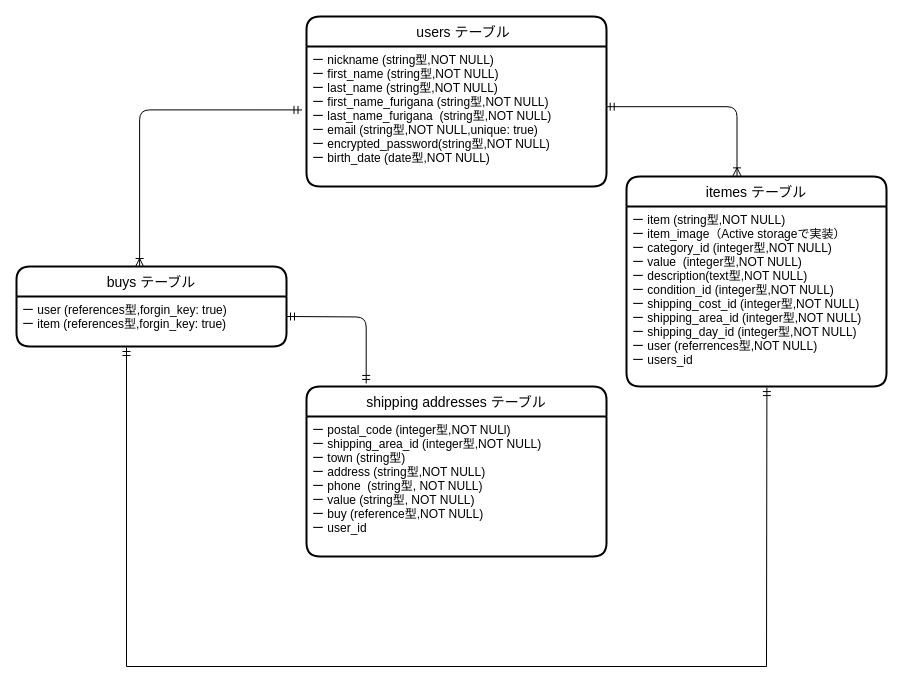
The draw.io diagram page "ページ1" (1 of 2) of furima.dio in ryu-sugi/furima-35260, before the edit. Source tidied: cells renumbered, new cells numbered last; positions are measured from the earlier drawing's top-left corner, leaving out a move shared by most shapes. Both pictures are drawn from the tidied source at 100%, with x=0, y=0 at pixel (16, 16).
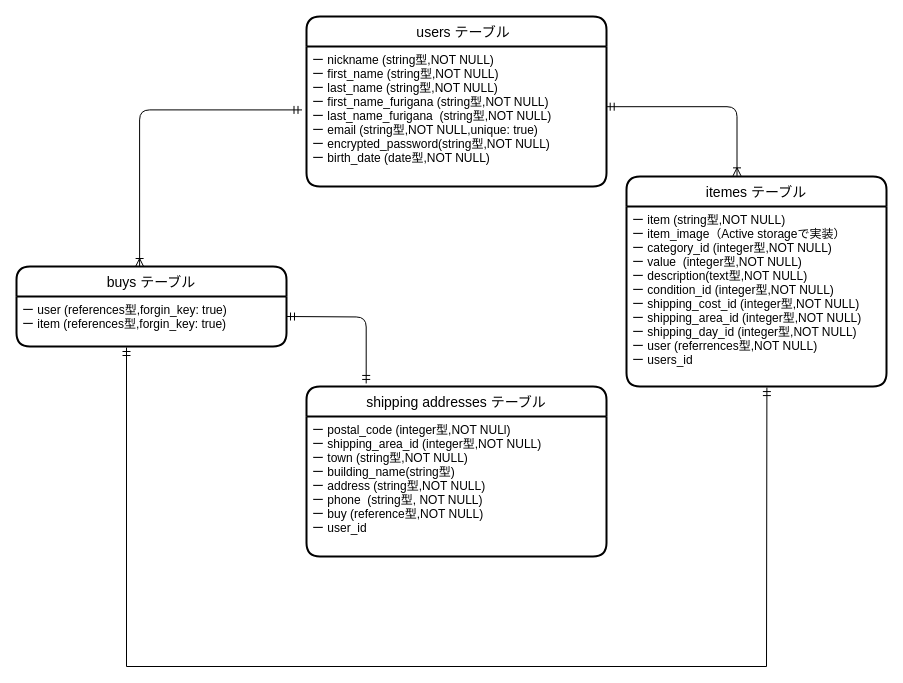
Above is the later version.

Unchanged cells that the change refers to:
```xml
<mxCell id="9" value="shipping addresses テーブル" style="swimlane;horizontal=1;startSize=30;rounded=1;fontSize=14;fontStyle=0;strokeWidth=2;shadow=0;dashed=0;align=center;" parent="1" vertex="1">
  <mxGeometry x="290" y="370" width="300" height="170" as="geometry" />
</mxCell>
```

Change to the diagram source:
```diff
@@
-    <mxCell id="10" value="ー postal_code (integer型,NOT NULl)&#10;ー shipping_area_id (integer型,NOT NULL)&#10;ー town (string型)&#10;ー address (string型,NOT NULL)&#10;ー phone  (string型, NOT NULL)&#10;ー value (string型, NOT NULL)&#10;ー buy (reference型,NOT NULL)&#10;ー user_id&#10;&#10;" style="text;strokeColor=none;fillColor=none;spacingLeft=4;spacingRight=4;overflow=hidden;points=[[0,0.5],[1,0.5]];portConstraint=eastwest;fontSize=12;" parent="9" vertex="1">
+    <mxCell id="10" value="ー postal_code (integer型,NOT NULl)&#10;ー shipping_area_id (integer型,NOT NULL)&#10;ー town (string型,NOT NULL)&#10;ー building_name(string型)&#10;ー address (string型,NOT NULL)&#10;ー phone  (string型, NOT NULL)&#10;ー buy (reference型,NOT NULL)&#10;ー user_id&#10;&#10;" style="text;strokeColor=none;fillColor=none;spacingLeft=4;spacingRight=4;overflow=hidden;points=[[0,0.5],[1,0.5]];portConstraint=eastwest;fontSize=12;" parent="9" vertex="1">
       <mxGeometry y="30" width="300" height="140" as="geometry" />
     </mxCell>
```
